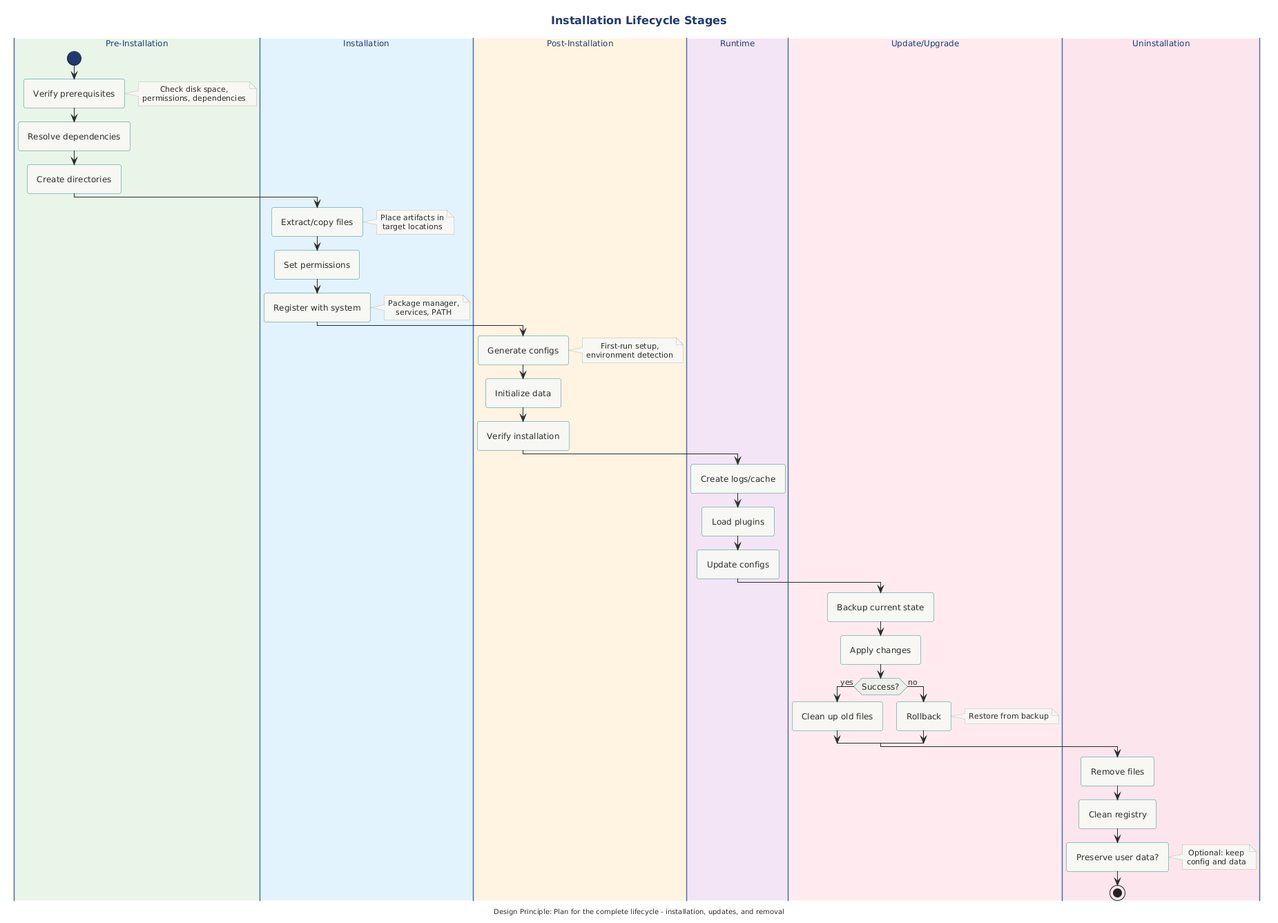
Before: src/architecture/views-and-beyond/style-catalogs/allocation/install-style/png/installation-lifecycle-stages.png, a diagram exported from PlantUML (Notoriousjayy/latex-docs). Source of this version:
```plantuml
@startuml

title Installation Lifecycle Stages

!include ../../../../../../tooling/styles/plantuml/behavioral/activity-diagram-style.iuml

|#E8F5E9| Pre-Installation |
start
:Verify prerequisites;
note right: Check disk space,\npermissions, dependencies
:Resolve dependencies;
:Create directories;

|#E3F2FD| Installation |
:Extract/copy files;
note right: Place artifacts in\ntarget locations
:Set permissions;
:Register with system;
note right: Package manager,\nservices, PATH

|#FFF3E0| Post-Installation |
:Generate configs;
note right: First-run setup,\nenvironment detection
:Initialize data;
:Verify installation;

|#F3E5F5| Runtime |
:Create logs/cache;
:Load plugins;
:Update configs;

|#FFEBEE| Update/Upgrade |
:Backup current state;
:Apply changes;
if (Success?) then (yes)
    :Clean up old files;
else (no)
    :Rollback;
    note right: Restore from backup
endif

|#FCE4EC| Uninstallation |
:Remove files;
:Clean registry;
:Preserve user data?;
note right: Optional: keep\nconfig and data
stop

center footer Design Principle: Plan for the complete lifecycle - installation, updates, and removal
@enduml
```
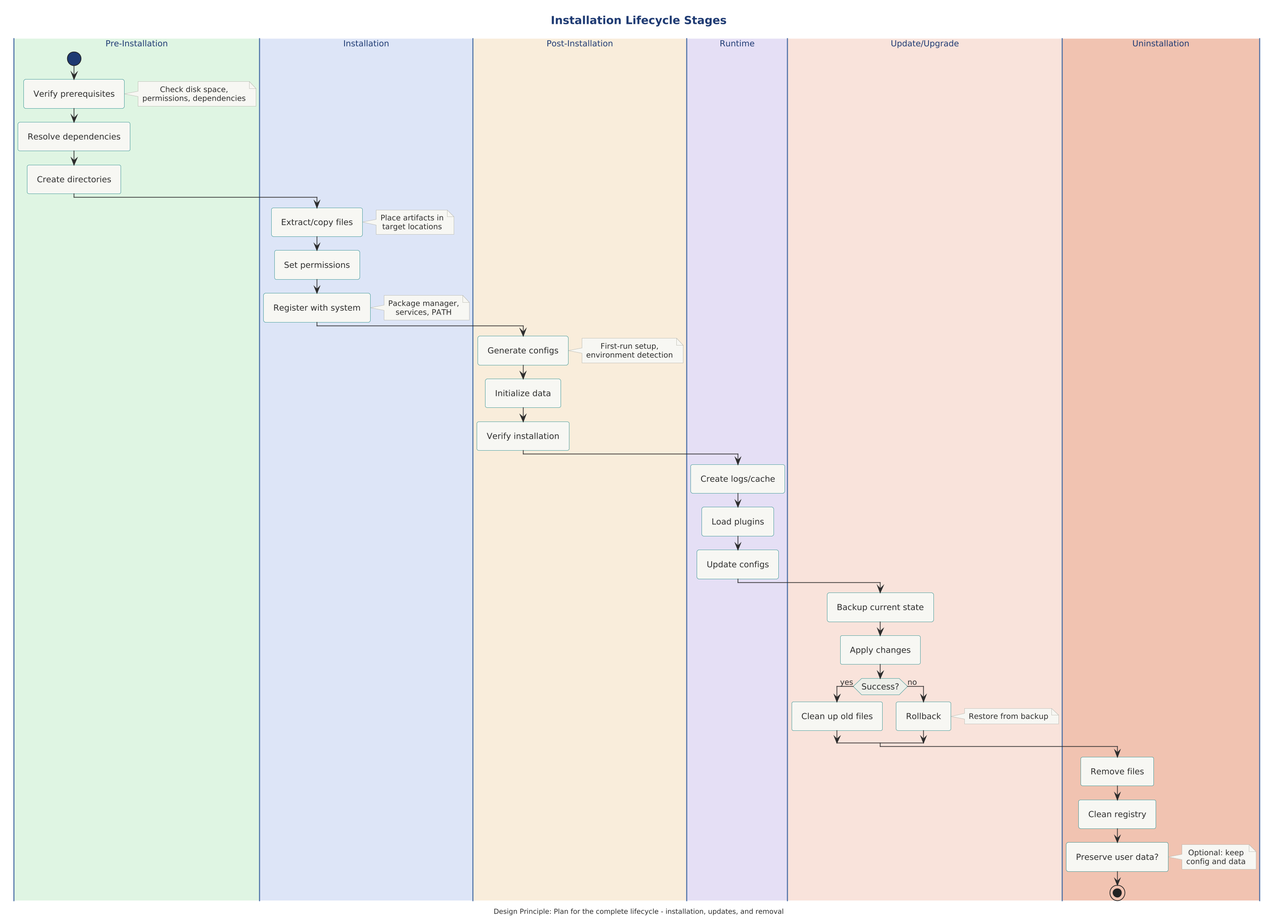
The same diagram one commit later.

What changed in the source:
```diff
@@ -1,35 +1,40 @@
 @startuml
+
+skinparam dpi 150
+
+
+
 
 title Installation Lifecycle Stages
 
 !include ../../../../../../tooling/styles/plantuml/behavioral/activity-diagram-style.iuml
 
-|#E8F5E9| Pre-Installation |
+|$fill_ok| Pre-Installation |
 start
 :Verify prerequisites;
 note right: Check disk space,\npermissions, dependencies
 :Resolve dependencies;
 :Create directories;
 
-|#E3F2FD| Installation |
+|$fill_primary| Installation |
 :Extract/copy files;
 note right: Place artifacts in\ntarget locations
 :Set permissions;
 :Register with system;
 note right: Package manager,\nservices, PATH
 
-|#FFF3E0| Post-Installation |
+|$fill_caution| Post-Installation |
 :Generate configs;
 note right: First-run setup,\nenvironment detection
 :Initialize data;
 :Verify installation;
 
-|#F3E5F5| Runtime |
+|$fill_alt| Runtime |
 :Create logs/cache;
 :Load plugins;
 :Update configs;
 
-|#FFEBEE| Update/Upgrade |
+|$fill_invalid| Update/Upgrade |
 :Backup current state;
 :Apply changes;
 if (Success?) then (yes)
@@ -39,7 +44,7 @@
     note right: Restore from backup
 endif
 
-|#FCE4EC| Uninstallation |
+|$deep_invalid| Uninstallation |
 :Remove files;
 :Clean registry;
 :Preserve user data?;
```
